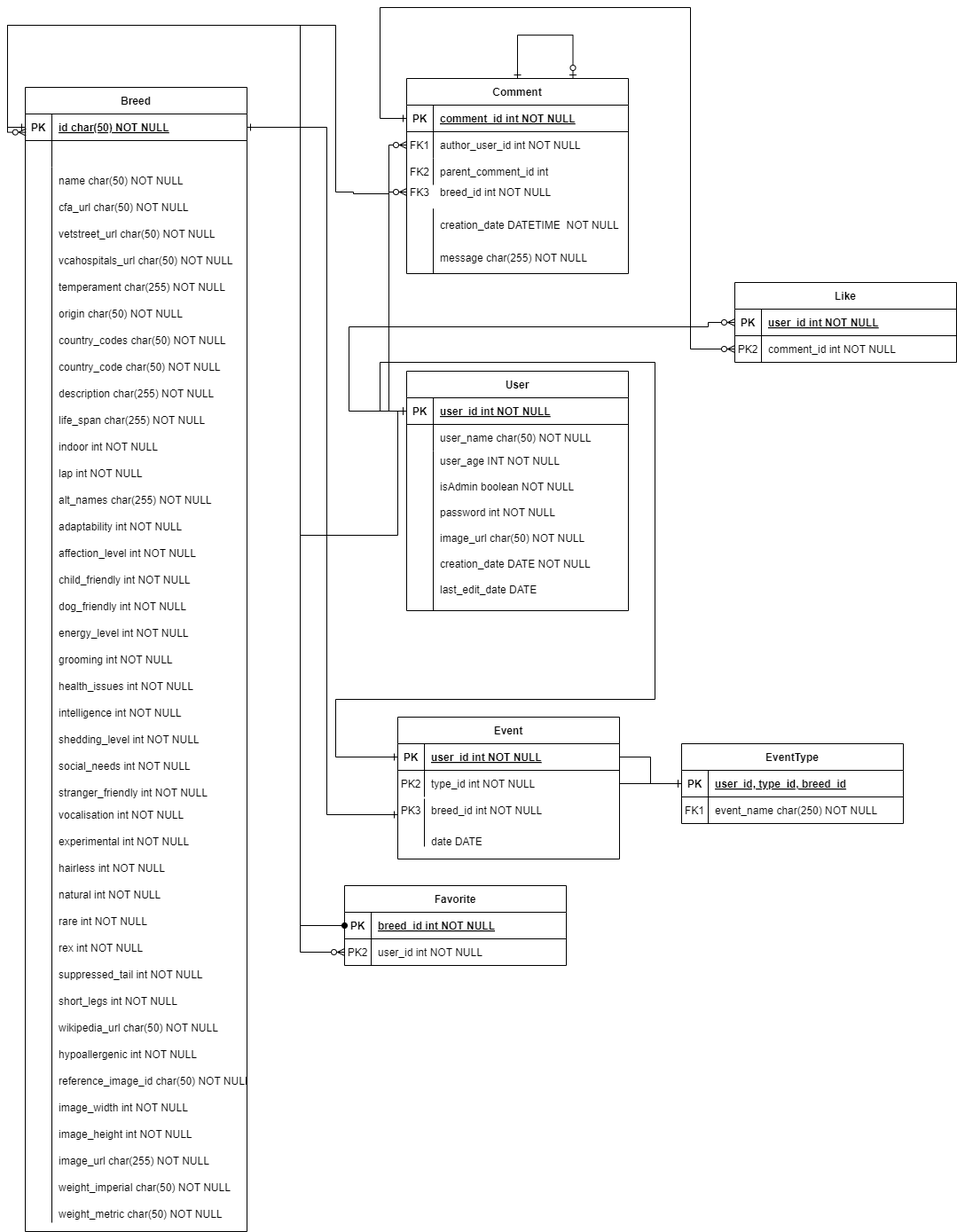
Earlier version of the draw.io export sql_bd.png (moevm/nosql2h24-dogs). Source tidied: cells renumbered, new cells last; positions are measured from the earlier drawing's top-left corner, leaving out a move shared by most shapes.
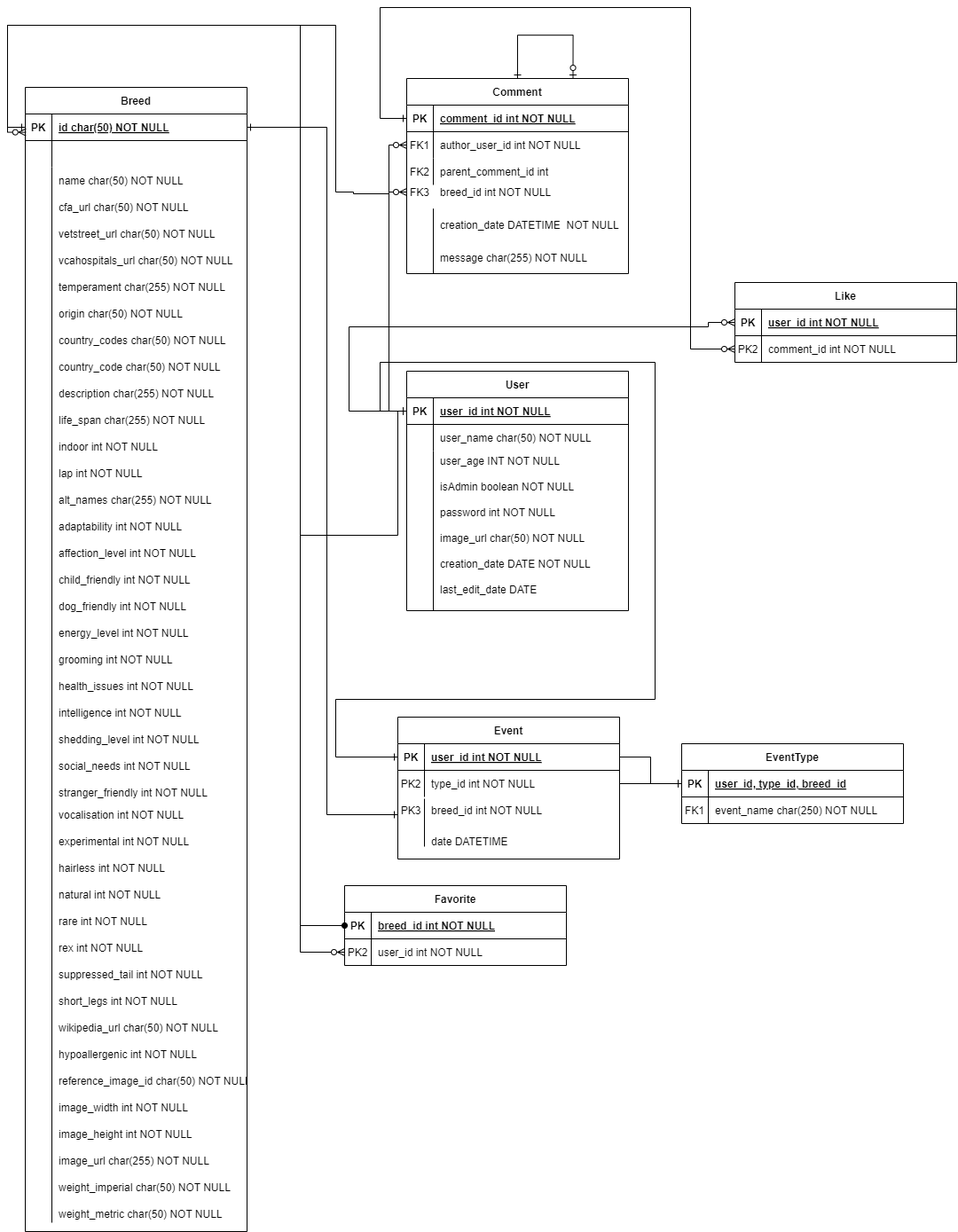
After the commit.

The edit, as a diff of the source:
```diff
@@ -340,7 +340,7 @@
         <mxPoint x="30" y="92" as="targetPoint" />
       </mxGeometry>
     </mxCell>
-    <mxCell id="98" value="date DATE" style="shape=partialRectangle;overflow=hidden;fillColor=none;top=0;left=0;bottom=0;right=0;align=left;spacingLeft=6;" parent="88" vertex="1">
+    <mxCell id="98" value="date DATETIME" style="shape=partialRectangle;overflow=hidden;fillColor=none;top=0;left=0;bottom=0;right=0;align=left;spacingLeft=6;" parent="88" vertex="1">
       <mxGeometry x="30" y="125" width="220" height="30" as="geometry" />
     </mxCell>
     <mxCell id="99" value="PK3" style="shape=partialRectangle;overflow=hidden;fillColor=none;top=0;left=0;bottom=0;right=0;" parent="88" vertex="1">
```
